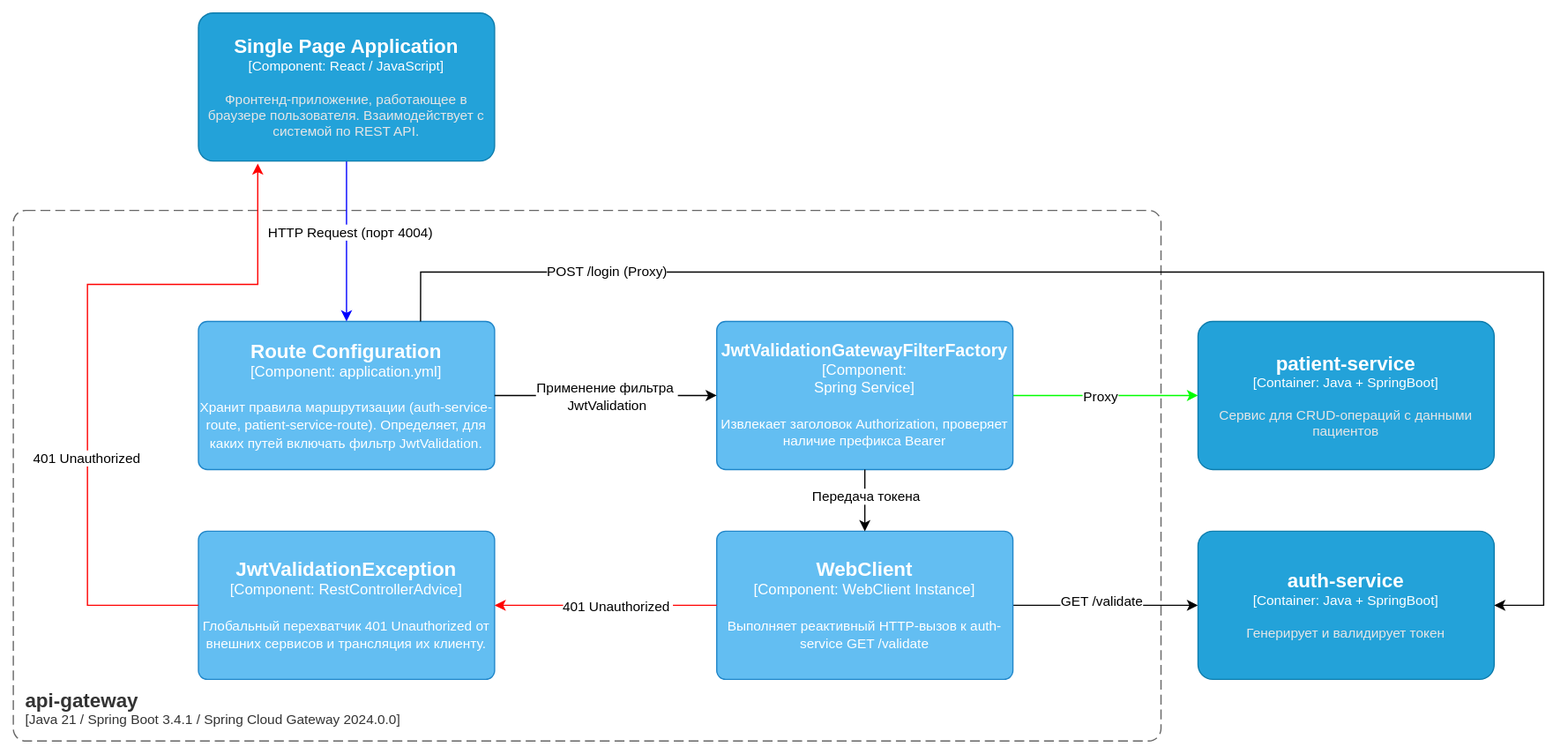
ni1a207/Healthcare-System keeps this draw.io diagram as Docs/As-is/Diagrams/APIGatewayC4.svg. Above is the earlier version. Source tidied: cells renumbered, new cells last; positions are measured from the earlier drawing's top-left corner, leaving out a move shared by most shapes.
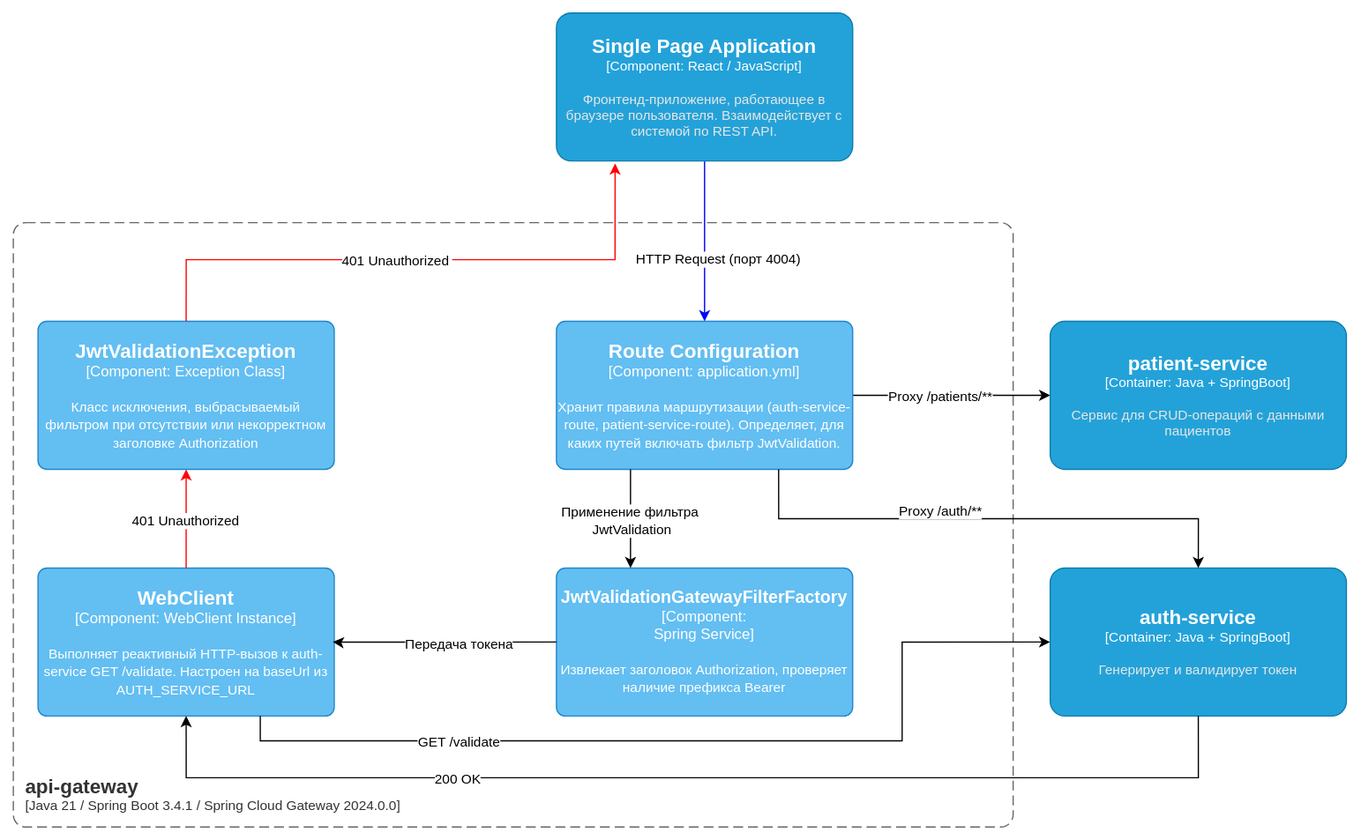
Above is the later version.

The edit, as a diff of the source:
```diff
@@ -4,116 +4,136 @@
     <mxCell id="1" parent="0" />
     <object id="2" label="&lt;font style=&quot;font-size: 16px&quot;&gt;&lt;b&gt;&lt;div style=&quot;text-align: left&quot;&gt;%c4Name%&lt;/div&gt;&lt;/b&gt;&lt;/font&gt;&lt;div style=&quot;text-align: left&quot;&gt;[%c4Application%]&lt;/div&gt;" c4Application="Java 21 / Spring Boot 3.4.1 / Spring Cloud Gateway 2024.0.0" c4Name="api-gateway" c4Type="ContainerScopeBoundary" placeholders="1">
       <mxCell style="rounded=1;fontSize=11;whiteSpace=wrap;html=1;dashed=1;arcSize=20;fillColor=none;strokeColor=#666666;fontColor=#333333;labelBackgroundColor=none;align=left;verticalAlign=bottom;labelBorderColor=none;spacingTop=0;spacing=10;dashPattern=8 4;perimeter=rectanglePerimeter;noLabel=0;labelPadding=0;absoluteArcSize=1;" parent="1" vertex="1">
-        <mxGeometry y="160" width="930" height="430" as="geometry" />
+        <mxGeometry x="-280" y="170" width="810" height="490" as="geometry" />
       </mxCell>
     </object>
+    <mxCell id="26" style="edgeStyle=orthogonalEdgeStyle;rounded=0;jettySize=auto;html=1;" parent="1" edge="1" source="3" target="21">
+      <mxGeometry relative="1" as="geometry" />
+    </mxCell>
+    <mxCell id="27" value="Proxy /patients/**" style="edgeLabel;html=1;align=center;verticalAlign=middle;" parent="26" vertex="1">
+      <mxGeometry x="-0.17" y="2" relative="1" as="geometry">
+        <mxPoint x="3" y="2" as="offset" />
+      </mxGeometry>
+    </mxCell>
     <object id="3" label="&lt;font style=&quot;font-size: 16px&quot;&gt;&lt;b&gt;%c4Name%&lt;/b&gt;&lt;/font&gt;&lt;div&gt;[%c4Type%: %c4Technology%]&lt;/div&gt;&lt;br&gt;&lt;div&gt;&lt;font style=&quot;font-size: 11px&quot;&gt;%c4Description%&lt;/font&gt;&lt;/div&gt;" c4Description="Хранит правила маршрутизации (auth-service-route, patient-service-route). Определяет, для каких путей включать фильтр JwtValidation." c4Name="Route Configuration" c4Technology="application.yml" c4Type="Component" placeholders="1">
       <mxCell style="rounded=1;whiteSpace=wrap;html=1;labelBackgroundColor=none;fillColor=#63BEF2;fontColor=#ffffff;align=center;arcSize=6;strokeColor=#2086C9;points=[[0.25,0,0],[0.5,0,0],[0.75,0,0],[1,0.25,0],[1,0.5,0],[1,0.75,0],[0.75,1,0],[0.5,1,0],[0.25,1,0],[0,0.75,0],[0,0.5,0],[0,0.25,0]];" parent="1" vertex="1">
-        <mxGeometry x="150" y="250" width="240" height="120" as="geometry" />
+        <mxGeometry x="160" y="250" width="240" height="120" as="geometry" />
       </mxCell>
     </object>
-    <mxCell id="4" style="edgeStyle=orthogonalEdgeStyle;rounded=0;jettySize=auto;html=1;strokeColor=light-dark(#00FF00,#00FF00);" parent="1" edge="1" source="6" target="21">
-      <mxGeometry relative="1" as="geometry" />
-    </mxCell>
-    <mxCell id="5" value="Proxy" style="edgeLabel;html=1;align=center;verticalAlign=middle;" parent="4" vertex="1">
-      <mxGeometry x="-0.26" y="4" relative="1" as="geometry">
-        <mxPoint x="14" y="4" as="offset" />
-      </mxGeometry>
-    </mxCell>
     <object id="6" label="&lt;font style=&quot;font-size: 14px&quot;&gt;&lt;b&gt;%c4Name%&lt;/b&gt;&lt;/font&gt;&lt;div&gt;[%c4Type%: %c4Technology%]&lt;/div&gt;&lt;br&gt;&lt;div&gt;&lt;font style=&quot;font-size: 11px&quot;&gt;%c4Description%&lt;/font&gt;&lt;/div&gt;" c4Description="Извлекает заголовок Authorization, проверяет наличие префикса Bearer" c4Name="JwtValidationGatewayFilterFactory" c4Technology="&#10;Spring Service" c4Type="Component" placeholders="1">
       <mxCell style="rounded=1;whiteSpace=wrap;html=1;labelBackgroundColor=none;fillColor=#63BEF2;fontColor=#ffffff;align=center;arcSize=6;strokeColor=#2086C9;points=[[0.25,0,0],[0.5,0,0],[0.75,0,0],[1,0.25,0],[1,0.5,0],[1,0.75,0],[0.75,1,0],[0.5,1,0],[0.25,1,0],[0,0.75,0],[0,0.5,0],[0,0.25,0]];" parent="1" vertex="1">
-        <mxGeometry x="570" y="250" width="240" height="120" as="geometry" />
+        <mxGeometry x="160" y="450" width="240" height="120" as="geometry" />
       </mxCell>
     </object>
-    <object id="7" label="&lt;font style=&quot;font-size: 16px&quot;&gt;&lt;b&gt;%c4Name%&lt;/b&gt;&lt;/font&gt;&lt;div&gt;[%c4Type%: %c4Technology%]&lt;/div&gt;&lt;br&gt;&lt;div&gt;&lt;font style=&quot;font-size: 11px&quot;&gt;%c4Description%&lt;/font&gt;&lt;/div&gt;" c4Description="Глобальный перехватчик 401 Unauthorized от внешних сервисов и трансляция их клиенту." c4Name="JwtValidationException" c4Technology="RestControllerAdvice" c4Type="Component" placeholders="1">
+    <object id="7" label="&lt;font style=&quot;font-size: 16px&quot;&gt;&lt;b&gt;%c4Name%&lt;/b&gt;&lt;/font&gt;&lt;div&gt;[%c4Type%: %c4Technology%]&lt;/div&gt;&lt;br&gt;&lt;div&gt;&lt;font style=&quot;font-size: 11px&quot;&gt;%c4Description%&lt;/font&gt;&lt;/div&gt;" c4Description="Класс исключения, выбрасываемый фильтром при отсутствии или некорректном заголовке Authorization" c4Name="JwtValidationException" c4Technology="Exception Class" c4Type="Component" placeholders="1">
       <mxCell style="rounded=1;whiteSpace=wrap;html=1;labelBackgroundColor=none;fillColor=#63BEF2;fontColor=#ffffff;align=center;arcSize=6;strokeColor=#2086C9;points=[[0.25,0,0],[0.5,0,0],[0.75,0,0],[1,0.25,0],[1,0.5,0],[1,0.75,0],[0.75,1,0],[0.5,1,0],[0.25,1,0],[0,0.75,0],[0,0.5,0],[0,0.25,0]];" parent="1" vertex="1">
-        <mxGeometry x="150" y="420" width="240" height="120" as="geometry" />
+        <mxGeometry x="-260" y="250" width="240" height="120" as="geometry" />
       </mxCell>
     </object>
-    <mxCell id="8" style="edgeStyle=orthogonalEdgeStyle;rounded=0;jettySize=auto;html=1;" parent="1" edge="1" source="10" target="20">
-      <mxGeometry relative="1" as="geometry" />
-    </mxCell>
-    <mxCell id="9" value="GET /validate" style="edgeLabel;html=1;align=center;verticalAlign=middle;" parent="8" vertex="1">
-      <mxGeometry x="-0.11" y="-5" relative="1" as="geometry">
-        <mxPoint x="5" y="-9" as="offset" />
-      </mxGeometry>
-    </mxCell>
-    <object id="10" label="&lt;font style=&quot;font-size: 16px&quot;&gt;&lt;b&gt;%c4Name%&lt;/b&gt;&lt;/font&gt;&lt;div&gt;[%c4Type%: %c4Technology%]&lt;/div&gt;&lt;br&gt;&lt;div&gt;&lt;font style=&quot;font-size: 11px&quot;&gt;%c4Description%&lt;/font&gt;&lt;/div&gt;" c4Description="Выполняет реактивный HTTP-вызов к auth-service GET /validate" c4Name="WebClient" c4Technology="WebClient Instance" c4Type="Component" placeholders="1">
+    <object id="10" label="&lt;font style=&quot;font-size: 16px&quot;&gt;&lt;b&gt;%c4Name%&lt;/b&gt;&lt;/font&gt;&lt;div&gt;[%c4Type%: %c4Technology%]&lt;/div&gt;&lt;br&gt;&lt;div&gt;&lt;font style=&quot;font-size: 11px&quot;&gt;%c4Description%&lt;/font&gt;&lt;/div&gt;" c4Description="Выполняет реактивный HTTP-вызов к auth-service GET /validate. Настроен на baseUrl из AUTH_SERVICE_URL" c4Name="WebClient" c4Technology="WebClient Instance" c4Type="Component" placeholders="1">
       <mxCell style="rounded=1;whiteSpace=wrap;html=1;labelBackgroundColor=none;fillColor=#63BEF2;fontColor=#ffffff;align=center;arcSize=6;strokeColor=#2086C9;points=[[0.25,0,0],[0.5,0,0],[0.75,0,0],[1,0.25,0],[1,0.5,0],[1,0.75,0],[0.75,1,0],[0.5,1,0],[0.25,1,0],[0,0.75,0],[0,0.5,0],[0,0.25,0]];" parent="1" vertex="1">
-        <mxGeometry x="570" y="420" width="240" height="120" as="geometry" />
+        <mxGeometry x="-260" y="450" width="240" height="120" as="geometry" />
       </mxCell>
     </object>
     <mxCell id="11" style="edgeStyle=orthogonalEdgeStyle;rounded=0;jettySize=auto;html=1;strokeColor=light-dark(#0000FF,#0000FF);" parent="1" edge="1" source="13" target="3">
       <mxGeometry relative="1" as="geometry" />
     </mxCell>
     <mxCell id="12" value="HTTP Request (порт 4004)" style="edgeLabel;html=1;align=center;verticalAlign=middle;" parent="11" vertex="1">
-      <mxGeometry x="-0.11" y="2" relative="1" as="geometry" />
+      <mxGeometry x="-0.11" y="2" relative="1" as="geometry">
+        <mxPoint x="8" y="22" as="offset" />
+      </mxGeometry>
     </mxCell>
     <object id="13" label="&lt;font style=&quot;font-size: 16px&quot;&gt;&lt;b&gt;%c4Name%&lt;/b&gt;&lt;/font&gt;&lt;div&gt;[%c4Type%: %c4Technology%]&lt;/div&gt;&lt;br&gt;&lt;div&gt;&lt;font style=&quot;font-size: 11px&quot;&gt;&lt;font color=&quot;#E6E6E6&quot;&gt;%c4Description%&lt;/font&gt;&lt;/div&gt;" c4Description="Фронтенд-приложение, работающее в браузере пользователя. Взаимодействует с системой по REST API." c4Name="Single Page Application" c4Technology="React / JavaScript" c4Type="Component" placeholders="1">
       <mxCell style="rounded=1;whiteSpace=wrap;html=1;fontSize=11;labelBackgroundColor=none;fillColor=#23A2D9;fontColor=#ffffff;align=center;arcSize=10;strokeColor=#0E7DAD;points=[[0.25,0,0],[0.5,0,0],[0.75,0,0],[1,0.25,0],[1,0.5,0],[1,0.75,0],[0.75,1,0],[0.5,1,0],[0.25,1,0],[0,0.75,0],[0,0.5,0],[0,0.25,0]];" parent="1" vertex="1">
-        <mxGeometry x="150" width="240" height="120" as="geometry" />
+        <mxGeometry x="160" width="240" height="120" as="geometry" />
       </mxCell>
     </object>
-    <mxCell id="14" style="edgeStyle=orthogonalEdgeStyle;rounded=0;jettySize=auto;html=1;entryX=0;entryY=0.5;entryDx=0;entryDy=0;entryPerimeter=0;" parent="1" edge="1" source="3" target="6">
+    <mxCell id="14" style="edgeStyle=orthogonalEdgeStyle;rounded=0;jettySize=auto;html=1;entryX=0.25;entryY=0;entryDx=0;entryDy=0;entryPerimeter=0;exitX=0.25;exitY=1;exitDx=0;exitDy=0;exitPerimeter=0;" parent="1" edge="1" source="3" target="6">
       <mxGeometry relative="1" as="geometry" />
     </mxCell>
     <mxCell id="15" value="Применение фильтра&amp;nbsp;&lt;div&gt;JwtValidation&lt;/div&gt;" style="edgeLabel;html=1;align=center;verticalAlign=middle;" parent="14" vertex="1">
       <mxGeometry x="0.11" y="-3" relative="1" as="geometry">
-        <mxPoint x="-10" y="-3" as="offset" />
+        <mxPoint x="3" y="-3" as="offset" />
       </mxGeometry>
     </mxCell>
-    <mxCell id="16" style="edgeStyle=orthogonalEdgeStyle;rounded=0;jettySize=auto;html=1;entryX=0.5;entryY=0;entryDx=0;entryDy=0;entryPerimeter=0;" parent="1" edge="1" source="6" target="10">
-      <mxGeometry relative="1" as="geometry" />
+    <mxCell id="16" style="edgeStyle=orthogonalEdgeStyle;rounded=0;jettySize=auto;html=1;exitX=0;exitY=0.5;exitDx=0;exitDy=0;exitPerimeter=0;entryX=0.995;entryY=0.499;entryDx=0;entryDy=0;entryPerimeter=0;" parent="1" edge="1" source="6" target="10">
+      <mxGeometry relative="1" as="geometry">
+        <Array as="points">
+          <mxPoint x="-19" y="510" />
+        </Array>
+      </mxGeometry>
     </mxCell>
     <mxCell id="17" value="Передача токена" style="edgeLabel;html=1;align=center;verticalAlign=middle;" parent="16" vertex="1">
       <mxGeometry x="-0.13" y="1" relative="1" as="geometry">
         <mxPoint x="-1" as="offset" />
       </mxGeometry>
     </mxCell>
-    <mxCell id="18" style="edgeStyle=orthogonalEdgeStyle;rounded=0;jettySize=auto;html=1;strokeColor=light-dark(#FF0000,#FF0000);entryX=1;entryY=0.5;entryDx=0;entryDy=0;entryPerimeter=0;exitX=0;exitY=0.5;exitDx=0;exitDy=0;exitPerimeter=0;" parent="1" edge="1" source="10" target="7">
+    <mxCell id="18" style="edgeStyle=orthogonalEdgeStyle;rounded=0;jettySize=auto;html=1;strokeColor=light-dark(#FF0000,#FF0000);entryX=0.5;entryY=1;entryDx=0;entryDy=0;entryPerimeter=0;exitX=0.5;exitY=0;exitDx=0;exitDy=0;exitPerimeter=0;" parent="1" edge="1" source="10" target="7">
       <mxGeometry relative="1" as="geometry" />
     </mxCell>
     <mxCell id="19" value="401 Unauthorized&amp;nbsp;" style="edgeLabel;html=1;align=center;verticalAlign=middle;" parent="18" vertex="1">
       <mxGeometry x="-0.66" y="-3" relative="1" as="geometry">
-        <mxPoint x="-50" y="3" as="offset" />
+        <mxPoint x="-3" y="-26" as="offset" />
       </mxGeometry>
     </mxCell>
     <object id="20" label="&lt;font style=&quot;font-size: 16px&quot;&gt;&lt;b&gt;%c4Name%&lt;/b&gt;&lt;/font&gt;&lt;div&gt;[%c4Type%: %c4Technology%]&lt;/div&gt;&lt;br&gt;&lt;div&gt;&lt;font style=&quot;font-size: 11px&quot;&gt;&lt;font color=&quot;#E6E6E6&quot;&gt;%c4Description%&lt;/font&gt;&lt;/div&gt;" c4Description="Генерирует и валидирует токен" c4Name="auth-service" c4Technology="Java + SpringBoot" c4Type="Container" placeholders="1">
       <mxCell style="rounded=1;whiteSpace=wrap;html=1;fontSize=11;labelBackgroundColor=none;fillColor=#23A2D9;fontColor=#ffffff;align=center;arcSize=10;strokeColor=#0E7DAD;points=[[0.25,0,0],[0.5,0,0],[0.75,0,0],[1,0.25,0],[1,0.5,0],[1,0.75,0],[0.75,1,0],[0.5,1,0],[0.25,1,0],[0,0.75,0],[0,0.5,0],[0,0.25,0]];" parent="1" vertex="1">
-        <mxGeometry x="960" y="420" width="240" height="120" as="geometry" />
+        <mxGeometry x="560" y="450" width="240" height="120" as="geometry" />
       </mxCell>
     </object>
     <object id="21" label="&lt;font style=&quot;font-size: 16px&quot;&gt;&lt;b&gt;%c4Name%&lt;/b&gt;&lt;/font&gt;&lt;div&gt;[%c4Type%: %c4Technology%]&lt;/div&gt;&lt;br&gt;&lt;div&gt;&lt;font style=&quot;font-size: 11px&quot;&gt;&lt;font color=&quot;#E6E6E6&quot;&gt;%c4Description%&lt;/font&gt;&lt;/div&gt;" c4Description="Сервис для CRUD-операций с данными пациентов" c4Name="patient-service" c4Technology="Java + SpringBoot" c4Type="Container" placeholders="1">
       <mxCell style="rounded=1;whiteSpace=wrap;html=1;fontSize=11;labelBackgroundColor=none;fillColor=#23A2D9;fontColor=#ffffff;align=center;arcSize=10;strokeColor=#0E7DAD;points=[[0.25,0,0],[0.5,0,0],[0.75,0,0],[1,0.25,0],[1,0.5,0],[1,0.75,0],[0.75,1,0],[0.5,1,0],[0.25,1,0],[0,0.75,0],[0,0.5,0],[0,0.25,0]];" parent="1" vertex="1">
-        <mxGeometry x="960" y="250" width="240" height="120" as="geometry" />
+        <mxGeometry x="560" y="250" width="240" height="120" as="geometry" />
       </mxCell>
     </object>
-    <mxCell id="22" style="edgeStyle=orthogonalEdgeStyle;rounded=0;jettySize=auto;html=1;entryX=0.198;entryY=1.017;entryDx=0;entryDy=0;entryPerimeter=0;exitX=0;exitY=0.5;exitDx=0;exitDy=0;exitPerimeter=0;strokeColor=light-dark(#FF0000,#FF0000);" parent="1" edge="1" source="7" target="13">
+    <mxCell id="22" style="edgeStyle=orthogonalEdgeStyle;rounded=0;jettySize=auto;html=1;entryX=0.198;entryY=1.017;entryDx=0;entryDy=0;entryPerimeter=0;exitX=0.5;exitY=0;exitDx=0;exitDy=0;exitPerimeter=0;strokeColor=light-dark(#FF0000,#FF0000);" parent="1" edge="1" source="7" target="13">
       <mxGeometry relative="1" as="geometry">
         <Array as="points">
-          <mxPoint x="60" y="480" />
-          <mxPoint x="60" y="220" />
-          <mxPoint x="198" y="220" />
-          <mxPoint x="198" y="122" />
+          <mxPoint x="-140" y="200" />
+          <mxPoint x="208" y="200" />
         </Array>
       </mxGeometry>
     </mxCell>
     <mxCell id="23" value="401 Unauthorized&amp;nbsp;" style="edgeLabel;html=1;align=center;verticalAlign=middle;" parent="1" vertex="1">
-      <mxGeometry x="60" y="360" as="geometry" />
+      <mxGeometry x="30" y="200" as="geometry" />
     </mxCell>
-    <mxCell id="24" style="edgeStyle=orthogonalEdgeStyle;rounded=0;jettySize=auto;html=1;entryX=1;entryY=0.5;entryDx=0;entryDy=0;entryPerimeter=0;exitX=0.75;exitY=0;exitDx=0;exitDy=0;exitPerimeter=0;" parent="1" edge="1" source="3" target="20">
+    <mxCell id="24" style="edgeStyle=orthogonalEdgeStyle;rounded=0;jettySize=auto;html=1;entryX=0.5;entryY=0;entryDx=0;entryDy=0;entryPerimeter=0;exitX=0.75;exitY=1;exitDx=0;exitDy=0;exitPerimeter=0;" parent="1" edge="1" source="3" target="20">
       <mxGeometry relative="1" as="geometry">
         <Array as="points">
-          <mxPoint x="330" y="210" />
-          <mxPoint x="1240" y="210" />
-          <mxPoint x="1240" y="480" />
+          <mxPoint x="340" y="410" />
+          <mxPoint x="680" y="410" />
         </Array>
       </mxGeometry>
     </mxCell>
-    <mxCell id="25" value="POST /login (Proxy)" style="edgeLabel;html=1;align=center;verticalAlign=middle;" parent="24" vertex="1">
+    <mxCell id="25" value="Proxy /auth/**" style="edgeLabel;html=1;align=center;verticalAlign=middle;" parent="24" vertex="1">
       <mxGeometry x="-0.85" y="1" relative="1" as="geometry">
-        <mxPoint x="97" as="offset" />
+        <mxPoint x="129" y="3" as="offset" />
       </mxGeometry>
     </mxCell>
+    <mxCell id="28" style="edgeStyle=orthogonalEdgeStyle;rounded=0;jettySize=auto;html=1;exitX=0.5;exitY=1;exitDx=0;exitDy=0;exitPerimeter=0;entryX=0.5;entryY=1;entryDx=0;entryDy=0;entryPerimeter=0;" parent="1" edge="1" source="20" target="10">
+      <mxGeometry relative="1" as="geometry">
+        <Array as="points">
+          <mxPoint x="680" y="620" />
+          <mxPoint x="-140" y="620" />
+        </Array>
+      </mxGeometry>
+    </mxCell>
+    <mxCell id="29" value="200 OK" style="edgeLabel;html=1;align=center;verticalAlign=middle;" parent="28" vertex="1">
+      <mxGeometry x="0.07" y="2" relative="1" as="geometry">
+        <mxPoint x="-160" y="-2" as="offset" />
+      </mxGeometry>
+    </mxCell>
+    <mxCell id="8" style="edgeStyle=orthogonalEdgeStyle;rounded=0;jettySize=auto;html=1;entryX=0;entryY=0.5;entryDx=0;entryDy=0;entryPerimeter=0;" parent="1" edge="1" source="10" target="20">
+      <mxGeometry relative="1" as="geometry">
+        <Array as="points">
+          <mxPoint x="-80" y="590" />
+          <mxPoint x="440" y="590" />
+          <mxPoint x="440" y="510" />
+        </Array>
+      </mxGeometry>
+    </mxCell>
+    <mxCell id="9" value="GET /validate" style="edgeLabel;html=1;align=center;verticalAlign=middle;" parent="1" vertex="1">
+      <mxGeometry x="80" y="590" as="geometry" />
+    </mxCell>
   </root>
 </mxGraphModel>
```
